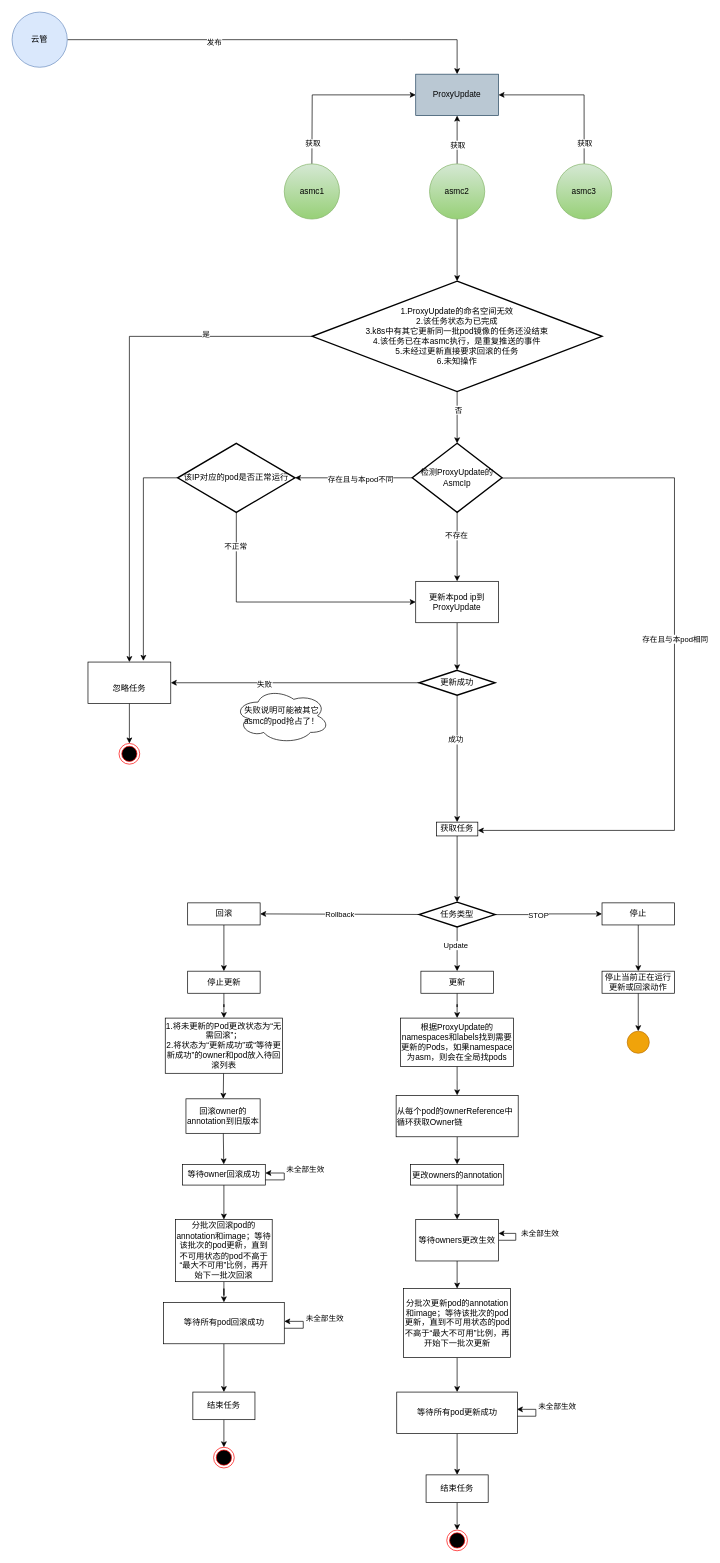
Above: Untitled Diagram.drawio in 460434901ccz/ccz-practise (draw.io), before the change. Source tidied: cells renumbered, new cells numbered last; positions are measured from the earlier drawing's top-left corner, leaving out a move shared by most shapes. Both pictures are drawn from the tidied source at 69%, with x=0, y=0 at pixel (12, 12).
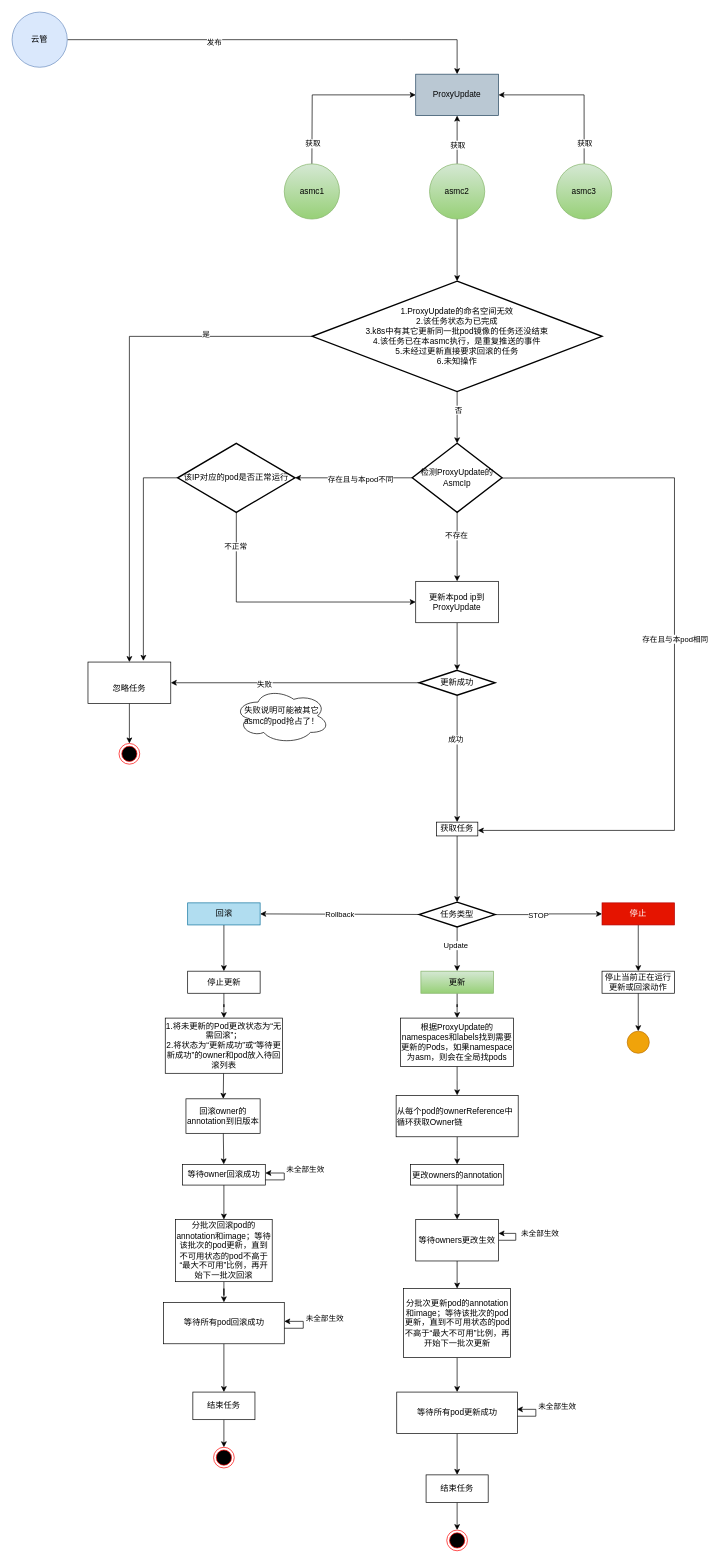
The same page after the edit.

The edit, as a diff of the source:
```diff
@@
-    <mxCell id="52" value="停止" style="rounded=0;whiteSpace=wrap;html=1;" parent="1" vertex="1">
+    <mxCell id="52" value="停止" style="rounded=0;whiteSpace=wrap;html=1;fillColor=#e51400;fontColor=#ffffff;strokeColor=#B20000;" parent="1" vertex="1">
       <mxGeometry x="855" y="1291" width="105" height="32" as="geometry" />
     </mxCell>
@@
-    <mxCell id="54" value="更新" style="rounded=0;whiteSpace=wrap;html=1;" parent="1" vertex="1">
+    <mxCell id="54" value="更新" style="rounded=0;whiteSpace=wrap;html=1;fillColor=#d5e8d4;gradientColor=#97d077;strokeColor=#82b366;" parent="1" vertex="1">
       <mxGeometry x="592.5" y="1390" width="105" height="32" as="geometry" />
     </mxCell>
@@
-    <mxCell id="74" value="回滚" style="rounded=0;whiteSpace=wrap;html=1;" parent="1" vertex="1">
+    <mxCell id="74" value="回滚" style="rounded=0;whiteSpace=wrap;html=1;fillColor=#b1ddf0;strokeColor=#10739e;" parent="1" vertex="1">
       <mxGeometry x="254.5" y="1291" width="105" height="32" as="geometry" />
     </mxCell>
```
